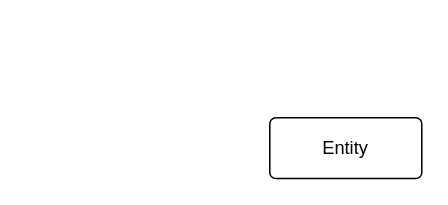
Before: ER for company .drawio in Dodulia/SQL_LAB, a draw.io diagram. Source tidied: cells renumbered, new cells numbered last; positions are measured from the earlier drawing's top-left corner, leaving out a move shared by most shapes. Both pictures are drawn from the tidied source at 152%, with x=0, y=0 at pixel (269, 117).
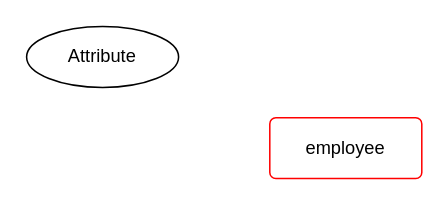
After the change.

Change to the diagram source:
```diff
@@
 <mxGraphModel>
   <root>
     <mxCell id="0" />
     <mxCell id="1" parent="0" />
-    <mxCell id="2" value="Entity" style="rounded=1;arcSize=10;whiteSpace=wrap;html=1;align=center;" parent="1" vertex="1">
+    <mxCell id="2" value="employee" style="rounded=1;arcSize=10;whiteSpace=wrap;html=1;align=center;strokeColor=#FF0000;" parent="1" vertex="1">
       <mxGeometry width="100" height="40" as="geometry" />
     </mxCell>
+    <mxCell id="3" value="Attribute" style="ellipse;whiteSpace=wrap;html=1;align=center;" parent="1" vertex="1">
+      <mxGeometry x="-160" y="-60" width="100" height="40" as="geometry" />
+    </mxCell>
   </root>
 </mxGraphModel>
```
